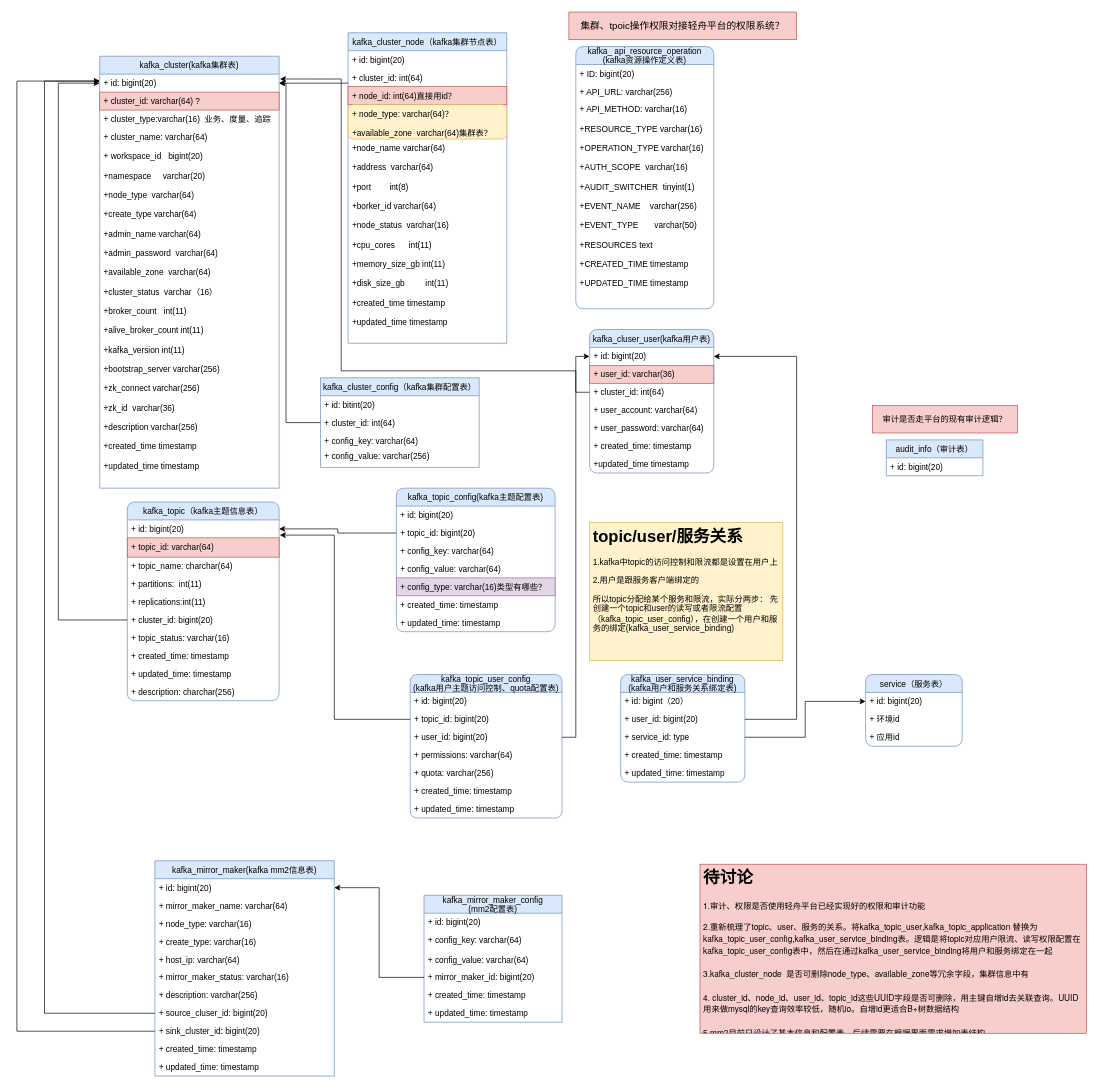
Earlier version of the draw.io diagram kafka_db.drawio (zzl-code/drawImg). Source tidied: cells renumbered, new cells numbered last; positions are measured from the earlier drawing's top-left corner, leaving out a move shared by most shapes. Both pictures are drawn from the tidied source at 69%, with x=0, y=0 at pixel (17, 12).
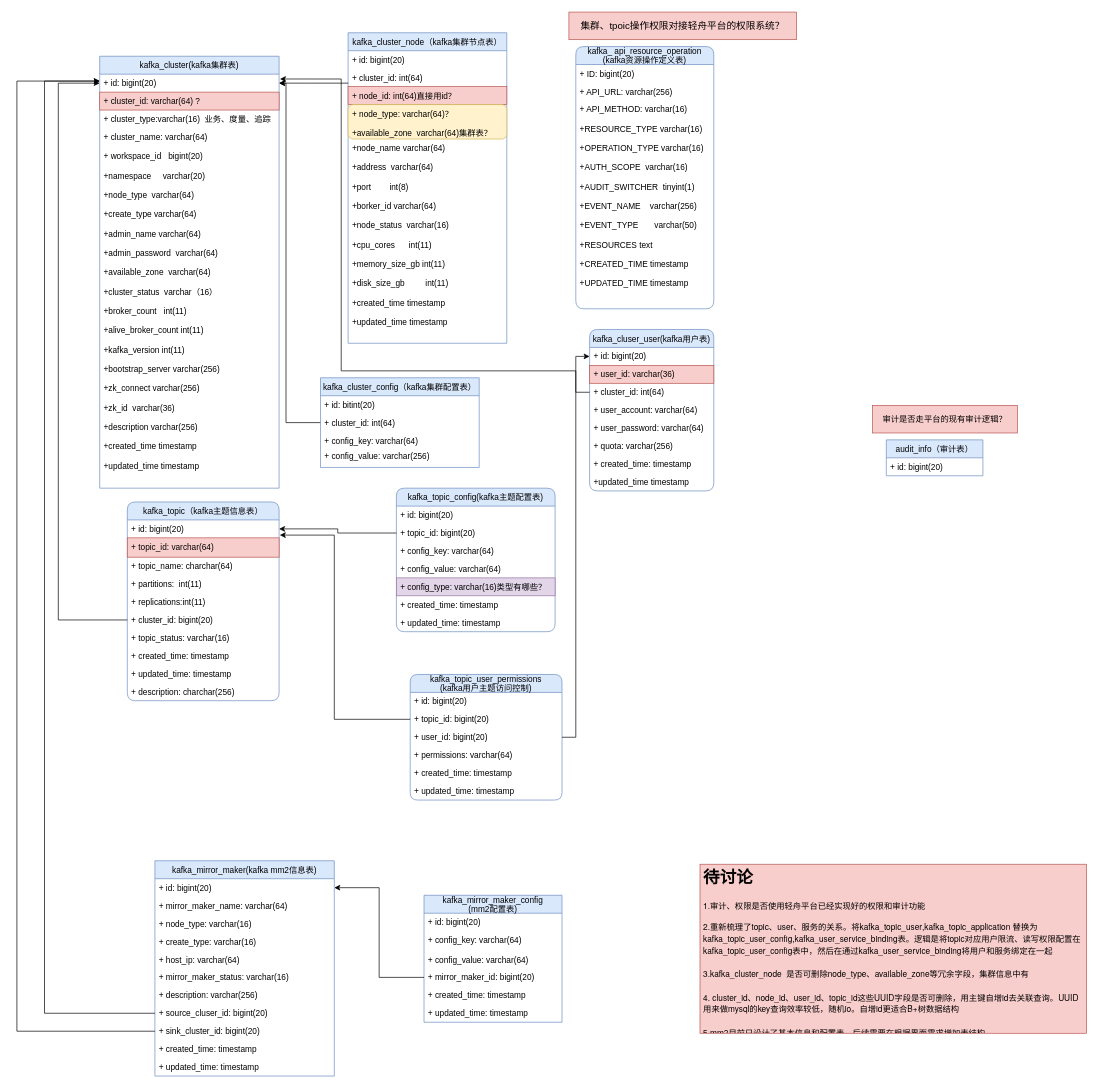
Above is the later version.

Unchanged cells that the change refers to:
```xml
<mxCell id="25" value="+ id: bigint(20)" style="text;strokeColor=none;fillColor=none;align=left;verticalAlign=top;spacingLeft=4;spacingRight=4;overflow=hidden;points=[[0,0.5],[1,0.5]];portConstraint=eastwest;" parent="24" vertex="1">
  <mxGeometry y="26" width="180" height="26" as="geometry" />
</mxCell>
```

Change to the diagram source:
```diff
@@
     <mxCell id="24" value="kafka_cluser_user(kafka用户表)" style="swimlane;fontStyle=0;horizontal=1;startSize=26;fillColor=#dae8fc;rounded=1;shadow=0;labelBackgroundColor=none;strokeColor=#6c8ebf;" parent="1" vertex="1">
-      <mxGeometry x="830" y="460" width="180" height="208" as="geometry" />
+      <mxGeometry x="830" y="460" width="180" height="234" as="geometry" />
     </mxCell>
@@
+    <mxCell id="104" value="+ user_password: varchar(64)&#10;" style="text;strokeColor=none;fillColor=none;align=left;verticalAlign=top;spacingLeft=4;spacingRight=4;overflow=hidden;" parent="24" vertex="1">
+      <mxGeometry y="130" width="180" height="26" as="geometry" />
+    </mxCell>
-    <mxCell id="29" value="+ user_password: varchar(64)&#10;" style="text;strokeColor=none;fillColor=none;align=left;verticalAlign=top;spacingLeft=4;spacingRight=4;overflow=hidden;" parent="24" vertex="1">
-      <mxGeometry y="130" width="180" height="26" as="geometry" />
+    <mxCell id="29" value="+ quota: varchar(256)" style="text;strokeColor=none;fillColor=none;align=left;verticalAlign=top;spacingLeft=4;spacingRight=4;overflow=hidden;" parent="24" vertex="1">
+      <mxGeometry y="156" width="180" height="26" as="geometry" />
     </mxCell>
     <mxCell id="30" value="+ created_time: timestamp&#10;&#10;&#10;" style="text;strokeColor=none;fillColor=none;align=left;verticalAlign=top;spacingLeft=4;spacingRight=4;overflow=hidden;" parent="24" vertex="1">
-      <mxGeometry y="156" width="180" height="26" as="geometry" />
+      <mxGeometry y="182" width="180" height="26" as="geometry" />
     </mxCell>
     <mxCell id="31" value="+updated_time timestamp" style="text;strokeColor=none;fillColor=none;align=left;verticalAlign=top;spacingLeft=4;spacingRight=4;overflow=hidden;" parent="24" vertex="1">
-      <mxGeometry y="182" width="180" height="26" as="geometry" />
+      <mxGeometry y="208" width="180" height="26" as="geometry" />
     </mxCell>
@@
-    <mxCell id="55" value="kafka_topic_user_config&#10;(kafka用户主题访问控制、quota配置表)" style="swimlane;fontStyle=0;horizontal=1;startSize=26;fillColor=#dae8fc;rounded=1;shadow=0;labelBackgroundColor=none;strokeColor=#6c8ebf;strokeWidth=1;arcSize=14;" parent="1" vertex="1">
-      <mxGeometry x="570" y="960" width="220" height="208" as="geometry" />
+    <mxCell id="55" value="kafka_topic_user_permissions&#10;(kafka用户主题访问控制)" style="swimlane;fontStyle=0;horizontal=1;startSize=26;fillColor=#dae8fc;rounded=1;shadow=0;labelBackgroundColor=none;strokeColor=#6c8ebf;strokeWidth=1;arcSize=14;" parent="1" vertex="1">
+      <mxGeometry x="570" y="960" width="220" height="182" as="geometry" />
     </mxCell>
@@
-    <mxCell id="60" value="+ quota: varchar(256)" style="text;strokeColor=none;fillColor=none;align=left;verticalAlign=top;spacingLeft=4;spacingRight=4;overflow=hidden;" parent="55" vertex="1">
-      <mxGeometry y="130" width="220" height="26" as="geometry" />
-    </mxCell>
     <mxCell id="61" value="+ created_time: timestamp" style="text;strokeColor=none;fillColor=none;align=left;verticalAlign=top;spacingLeft=4;spacingRight=4;overflow=hidden;" parent="55" vertex="1">
-      <mxGeometry y="156" width="220" height="26" as="geometry" />
+      <mxGeometry y="130" width="220" height="26" as="geometry" />
     </mxCell>
     <mxCell id="62" value="+ updated_time: timestamp" style="text;strokeColor=none;fillColor=none;align=left;verticalAlign=top;spacingLeft=4;spacingRight=4;overflow=hidden;" parent="55" vertex="1">
-      <mxGeometry y="182" width="220" height="26" as="geometry" />
+      <mxGeometry y="156" width="220" height="26" as="geometry" />
     </mxCell>
@@
-    <mxCell id="65" value="kafka_user_service_binding&#10;(kafka用户和服务关系绑定表)" style="swimlane;fontStyle=0;horizontal=1;startSize=26;fillColor=#dae8fc;rounded=1;shadow=0;labelBackgroundColor=none;strokeColor=#6c8ebf;strokeWidth=1;" parent="1" vertex="1">
-      <mxGeometry x="875" y="960" width="180" height="156" as="geometry" />
-    </mxCell>
-    <mxCell id="66" value="+ id: bigint（20）" style="text;strokeColor=none;fillColor=none;align=left;verticalAlign=top;spacingLeft=4;spacingRight=4;overflow=hidden;" parent="65" vertex="1">
-      <mxGeometry y="26" width="180" height="26" as="geometry" />
-    </mxCell>
-    <mxCell id="67" value="+ user_id: bigint(20)" style="text;strokeColor=none;fillColor=none;align=left;verticalAlign=top;spacingLeft=4;spacingRight=4;overflow=hidden;points=[[0,0.5],[1,0.5]];portConstraint=eastwest;" parent="65" vertex="1">
-      <mxGeometry y="52" width="180" height="26" as="geometry" />
-    </mxCell>
-    <mxCell id="68" value="+ service_id: type" style="text;strokeColor=none;fillColor=none;align=left;verticalAlign=top;spacingLeft=4;spacingRight=4;overflow=hidden;points=[[0,0.5],[1,0.5]];portConstraint=eastwest;" parent="65" vertex="1">
-      <mxGeometry y="78" width="180" height="26" as="geometry" />
-    </mxCell>
-    <mxCell id="69" value="+ created_time: timestamp" style="text;strokeColor=none;fillColor=none;align=left;verticalAlign=top;spacingLeft=4;spacingRight=4;overflow=hidden;" parent="65" vertex="1">
-      <mxGeometry y="104" width="180" height="26" as="geometry" />
-    </mxCell>
-    <mxCell id="70" value="+ updated_time: timestamp" style="text;strokeColor=none;fillColor=none;align=left;verticalAlign=top;spacingLeft=4;spacingRight=4;overflow=hidden;" parent="65" vertex="1">
-      <mxGeometry y="130" width="180" height="26" as="geometry" />
-    </mxCell>
-    <mxCell id="71" style="edgeStyle=orthogonalEdgeStyle;rounded=0;jettySize=auto;html=1;exitX=1;exitY=0.5;exitDx=0;exitDy=0;fontColor=#000000;entryX=1;entryY=0.5;entryDx=0;entryDy=0;" parent="1" edge="1" source="67" target="25">
-      <mxGeometry relative="1" as="geometry">
-        <Array as="points">
-          <mxPoint x="1130" y="1025" />
-          <mxPoint x="1130" y="499" />
-        </Array>
-      </mxGeometry>
-    </mxCell>
-    <mxCell id="72" value="service（服务表）" style="swimlane;fontStyle=0;horizontal=1;startSize=26;fillColor=#dae8fc;rounded=1;shadow=0;labelBackgroundColor=none;strokeColor=#6c8ebf;strokeWidth=1;" parent="1" vertex="1">
-      <mxGeometry x="1230" y="960" width="140" height="104" as="geometry" />
-    </mxCell>
-    <mxCell id="73" value="+ id: bigint(20)" style="text;strokeColor=none;fillColor=none;align=left;verticalAlign=top;spacingLeft=4;spacingRight=4;overflow=hidden;points=[[0,0.5],[1,0.5]];portConstraint=eastwest;" parent="72" vertex="1">
-      <mxGeometry y="26" width="140" height="26" as="geometry" />
-    </mxCell>
-    <mxCell id="74" value="+ 环境id" style="text;strokeColor=none;fillColor=none;align=left;verticalAlign=top;spacingLeft=4;spacingRight=4;overflow=hidden;" parent="72" vertex="1">
-      <mxGeometry y="52" width="140" height="26" as="geometry" />
-    </mxCell>
-    <mxCell id="75" value="+ 应用id" style="text;strokeColor=none;fillColor=none;align=left;verticalAlign=top;spacingLeft=4;spacingRight=4;overflow=hidden;" parent="72" vertex="1">
-      <mxGeometry y="78" width="140" height="26" as="geometry" />
-    </mxCell>
-    <mxCell id="76" style="edgeStyle=orthogonalEdgeStyle;rounded=0;jettySize=auto;html=1;entryX=0;entryY=0.5;entryDx=0;entryDy=0;fontColor=#000000;" parent="1" edge="1" source="68" target="73">
-      <mxGeometry relative="1" as="geometry" />
-    </mxCell>
-    <mxCell id="77" value="&lt;h1&gt;topic/user/服务关系&lt;/h1&gt;&lt;p&gt;1.kafka中topic的访问控制和限流都是设置在用户上&lt;/p&gt;&lt;p&gt;2.用户是跟服务客户端绑定的&lt;/p&gt;&lt;p&gt;所以topic分配给某个服务和限流，实际分两步： 先创建一个topic和user的读写或者限流配置（kafka_topic_user_config），在创建一个用户和服务的绑定(kafka_user_service_binding)&lt;/p&gt;&lt;p&gt;&lt;br&gt;&lt;/p&gt;" style="text;html=1;strokeColor=#d6b656;fillColor=#fff2cc;spacing=5;spacingTop=-20;whiteSpace=wrap;overflow=hidden;rounded=0;shadow=0;labelBackgroundColor=none;" parent="1" vertex="1">
-      <mxGeometry x="830" y="740" width="280" height="200" as="geometry" />
-    </mxCell>
```
